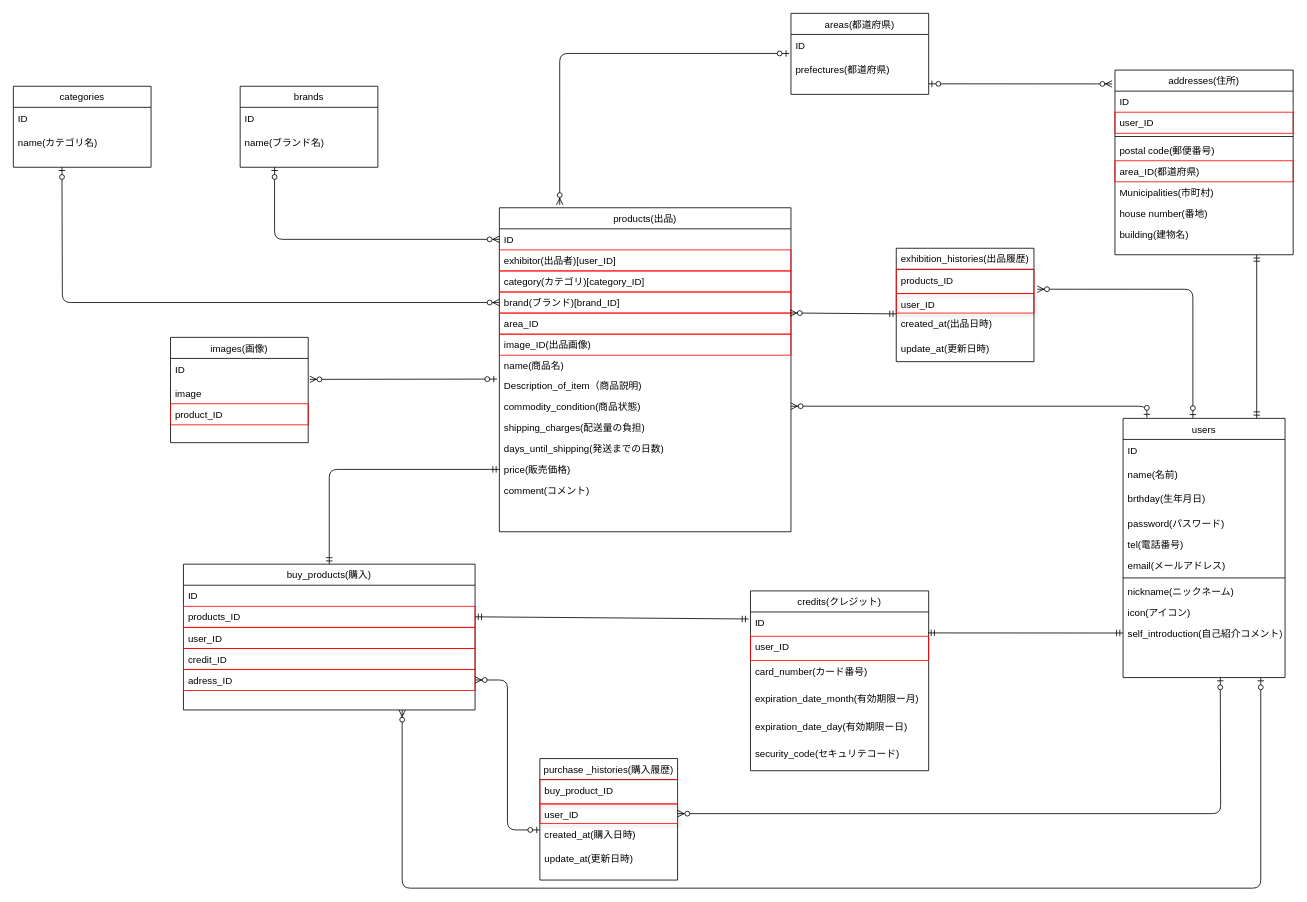
Earlier version of the draw.io diagram ER.drawio (kazumasa1111/merucari). Source tidied: cells renumbered, new cells numbered last; positions are measured from the earlier drawing's top-left corner, leaving out a move shared by most shapes. Both pictures are drawn from the tidied source at 81%, with x=0, y=0 at pixel (13, 13).
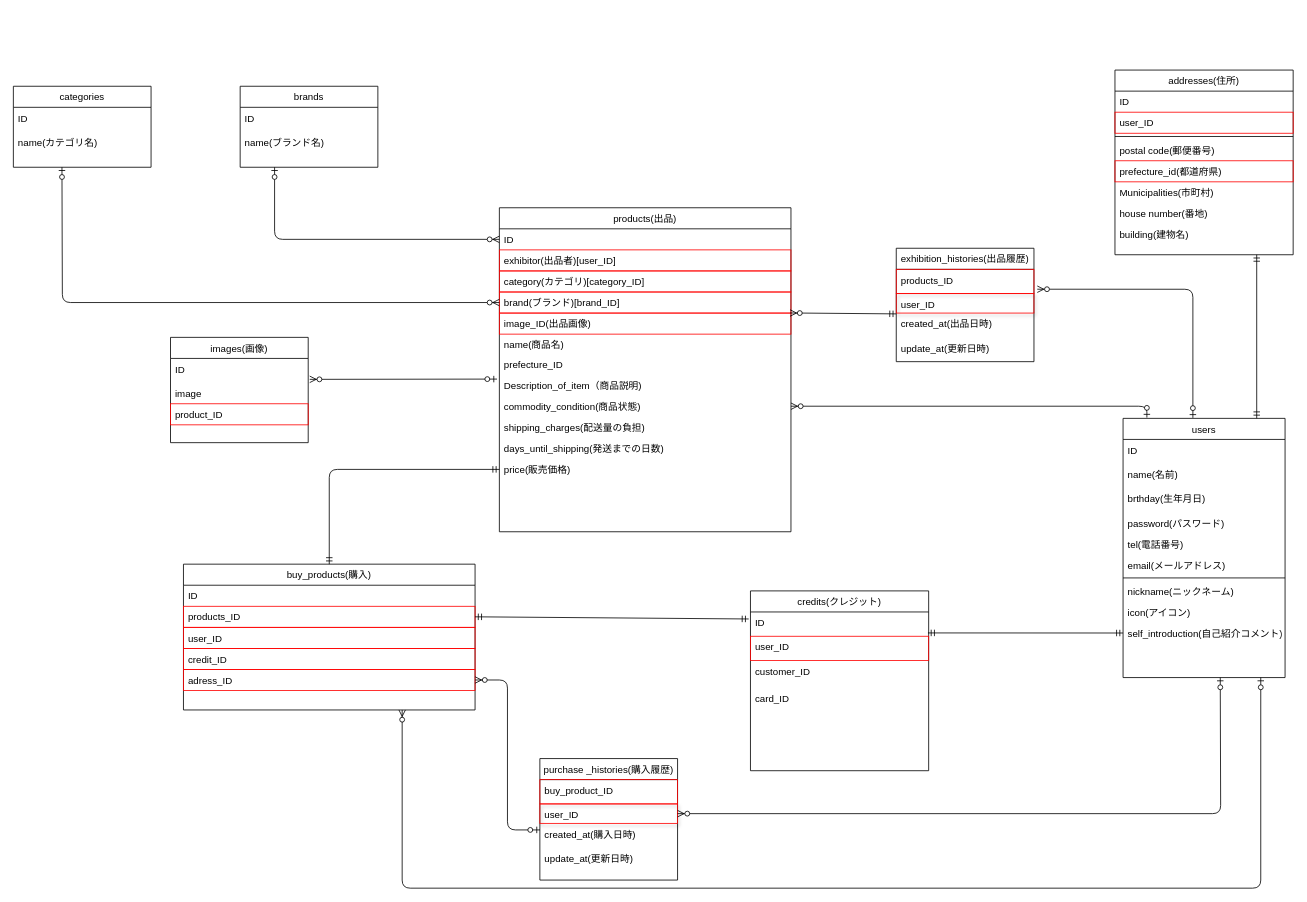
The same page after the edit.

Unchanged cells that the change refers to:
```xml
<mxCell id="2" value="products(出品)" style="swimlane;fontStyle=0;align=center;verticalAlign=top;horizontal=1;startSize=26;rounded=0;shadow=0;strokeWidth=1;" parent="1" vertex="1">
  <mxGeometry x="600" y="240" width="360" height="400" as="geometry" />
</mxCell>
<mxCell id="16" value="addresses(住所)" style="swimlane;fontStyle=0;align=center;verticalAlign=top;horizontal=1;startSize=26;rounded=0;shadow=0;strokeWidth=1;" parent="1" vertex="1">
  <mxGeometry x="1360" y="70" width="220" height="228" as="geometry" />
</mxCell>
<mxCell id="37" value="credits(クレジット)" style="swimlane;fontStyle=0;align=center;verticalAlign=top;horizontal=1;startSize=26;rounded=0;shadow=0;strokeWidth=1;" parent="1" vertex="1">
  <mxGeometry x="910" y="713" width="220" height="222" as="geometry" />
</mxCell>
```

Change to the diagram source:
```diff
@@
-    <mxCell id="7" value="area_ID" style="text;align=left;verticalAlign=top;spacingLeft=4;spacingRight=4;overflow=hidden;rounded=0;shadow=0;html=0;strokeColor=#FF0000;" parent="2" vertex="1">
-      <mxGeometry y="130" width="360" height="26" as="geometry" />
-    </mxCell>
     <mxCell id="8" value="image_ID(出品画像)" style="text;align=left;verticalAlign=top;spacingLeft=4;spacingRight=4;overflow=hidden;rounded=0;shadow=0;html=0;strokeColor=#FF0000;" parent="2" vertex="1">
-      <mxGeometry y="156" width="360" height="26" as="geometry" />
+      <mxGeometry y="130" width="360" height="26" as="geometry" />
     </mxCell>
     <mxCell id="9" value="name(商品名)" style="text;align=left;verticalAlign=top;spacingLeft=4;spacingRight=4;overflow=hidden;rounded=0;shadow=0;html=0;" parent="2" vertex="1">
-      <mxGeometry y="182" width="360" height="24" as="geometry" />
+      <mxGeometry y="156" width="360" height="24" as="geometry" />
     </mxCell>
+    <mxCell id="7" value="prefecture_ID" style="text;align=left;verticalAlign=top;spacingLeft=4;spacingRight=4;overflow=hidden;rounded=0;shadow=1;html=0;strokeColor=none;" parent="2" vertex="1">
+      <mxGeometry y="180" width="360" height="26" as="geometry" />
+    </mxCell>
@@
-    <mxCell id="15" value="comment(コメント)" style="text;align=left;verticalAlign=top;spacingLeft=4;spacingRight=4;overflow=hidden;rounded=0;shadow=0;html=0;" parent="2" vertex="1">
-      <mxGeometry y="336" width="360" height="26" as="geometry" />
-    </mxCell>
@@
-    <mxCell id="21" value="area_ID(都道府県)" style="text;align=left;verticalAlign=top;spacingLeft=4;spacingRight=4;overflow=hidden;strokeColor=#FF0000;" parent="16" vertex="1">
+    <mxCell id="21" value="prefecture_id(都道府県)" style="text;align=left;verticalAlign=top;spacingLeft=4;spacingRight=4;overflow=hidden;strokeColor=#FF0000;" parent="16" vertex="1">
       <mxGeometry y="112" width="220" height="26" as="geometry" />
     </mxCell>
@@
-    <mxCell id="40" value="card_number(カード番号)" style="text;align=left;verticalAlign=top;spacingLeft=4;spacingRight=4;overflow=hidden;" parent="37" vertex="1">
+    <mxCell id="40" value="customer_ID" style="text;align=left;verticalAlign=top;spacingLeft=4;spacingRight=4;overflow=hidden;" parent="37" vertex="1">
       <mxGeometry y="86" width="220" height="34" as="geometry" />
     </mxCell>
-    <mxCell id="41" value="expiration_date_month(有効期限ー月)" style="text;align=left;verticalAlign=top;spacingLeft=4;spacingRight=4;overflow=hidden;" parent="37" vertex="1">
+    <mxCell id="41" value="card_ID" style="text;align=left;verticalAlign=top;spacingLeft=4;spacingRight=4;overflow=hidden;" parent="37" vertex="1">
       <mxGeometry y="120" width="220" height="34" as="geometry" />
     </mxCell>
-    <mxCell id="42" value="expiration_date_day(有効期限ー日)" style="text;align=left;verticalAlign=top;spacingLeft=4;spacingRight=4;overflow=hidden;" parent="37" vertex="1">
-      <mxGeometry y="154" width="220" height="34" as="geometry" />
-    </mxCell>
-    <mxCell id="43" value="security_code(セキュリテコード)" style="text;align=left;verticalAlign=top;spacingLeft=4;spacingRight=4;overflow=hidden;" parent="37" vertex="1">
-      <mxGeometry y="188" width="220" height="34" as="geometry" />
-    </mxCell>
@@
-    <mxCell id="51" value="areas(都道府県)" style="swimlane;fontStyle=0;align=center;verticalAlign=top;horizontal=1;startSize=26;rounded=0;shadow=0;strokeWidth=1;" parent="1" vertex="1">
-      <mxGeometry x="960" width="170" height="100" as="geometry" />
-    </mxCell>
-    <mxCell id="52" value="ID" style="text;align=left;verticalAlign=top;spacingLeft=4;spacingRight=4;overflow=hidden;points=[[0,0.5],[1,0.5]];portConstraint=eastwest;" parent="51" vertex="1">
-      <mxGeometry y="26" width="170" height="30" as="geometry" />
-    </mxCell>
-    <mxCell id="53" value="prefectures(都道府県) " style="text;align=left;verticalAlign=top;spacingLeft=4;spacingRight=4;overflow=hidden;strokeColor=none;" parent="51" vertex="1">
-      <mxGeometry y="56" width="170" height="26" as="geometry" />
-    </mxCell>
@@
-    <mxCell id="63" style="edgeStyle=orthogonalEdgeStyle;fontSize=12;html=1;endArrow=ERzeroToMany;startArrow=ERzeroToOne;entryX=0.207;entryY=-0.009;entryDx=0;entryDy=0;entryPerimeter=0;exitX=-0.012;exitY=0.783;exitDx=0;exitDy=0;exitPerimeter=0;" parent="1" edge="1" source="52" target="2">
-      <mxGeometry relative="1" as="geometry" />
-    </mxCell>
@@
-    <mxCell id="83" style="fontSize=12;html=1;endArrow=ERzeroToMany;startArrow=ERzeroToOne;entryX=-0.016;entryY=0.075;entryDx=0;entryDy=0;entryPerimeter=0;" parent="1" edge="1" target="16">
-      <mxGeometry relative="1" as="geometry">
-        <mxPoint x="1130" y="87" as="sourcePoint" />
-      </mxGeometry>
-    </mxCell>
```
